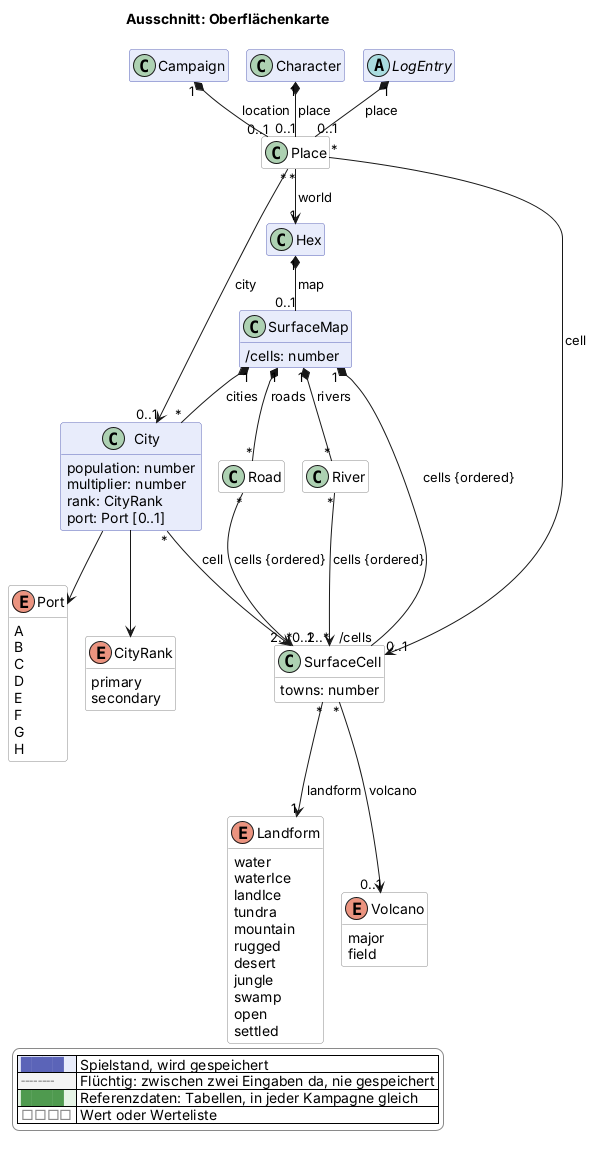
Earlier version of the PlantUML export docs/views/oberflaeche.png (scuzzar/SRE).
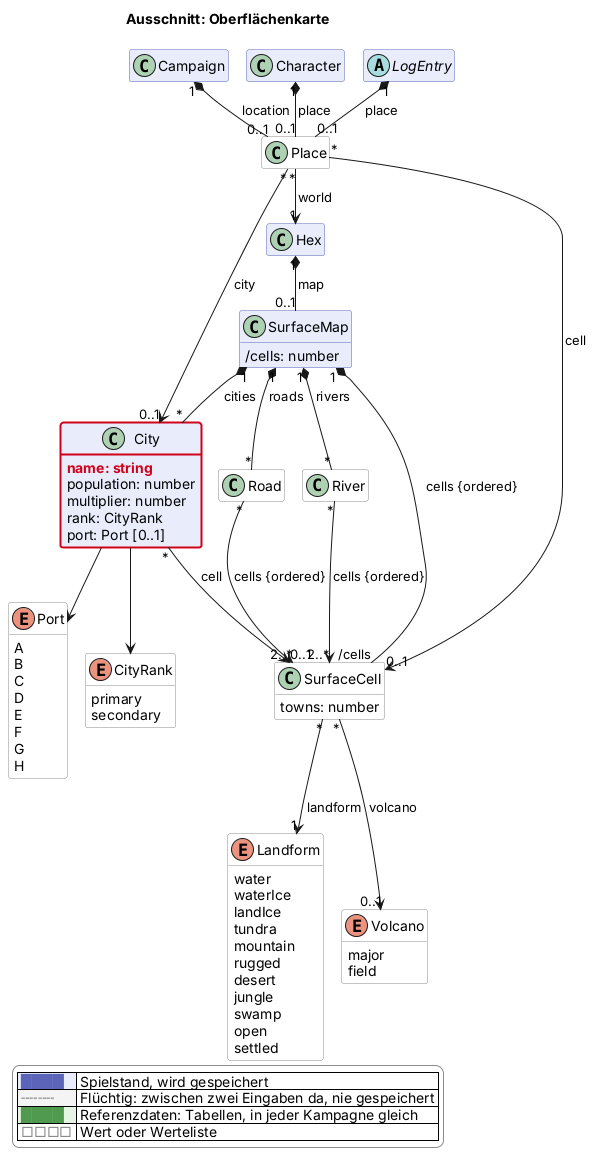
Later version of the same file.

Change to the diagram source:
```diff
@@ -104,6 +104,7 @@
     field
   }
   class City $oberflaeche {
+    $new("2026-11-14k", "name: string")
     population: number
     multiplier: number
     rank: CityRank
@@ -163,4 +164,5 @@
   |<#e6f4e6> <color:#4f9a4f>████</color> | Referenzdaten: Tabellen, in jeder Kampagne gleich |
   |<#ffffff> <color:#8a8a8a>□□□□</color> | Wert oder Werteliste |
 endlegend
+class City #line:d0021b;line.bold
 @enduml
```
